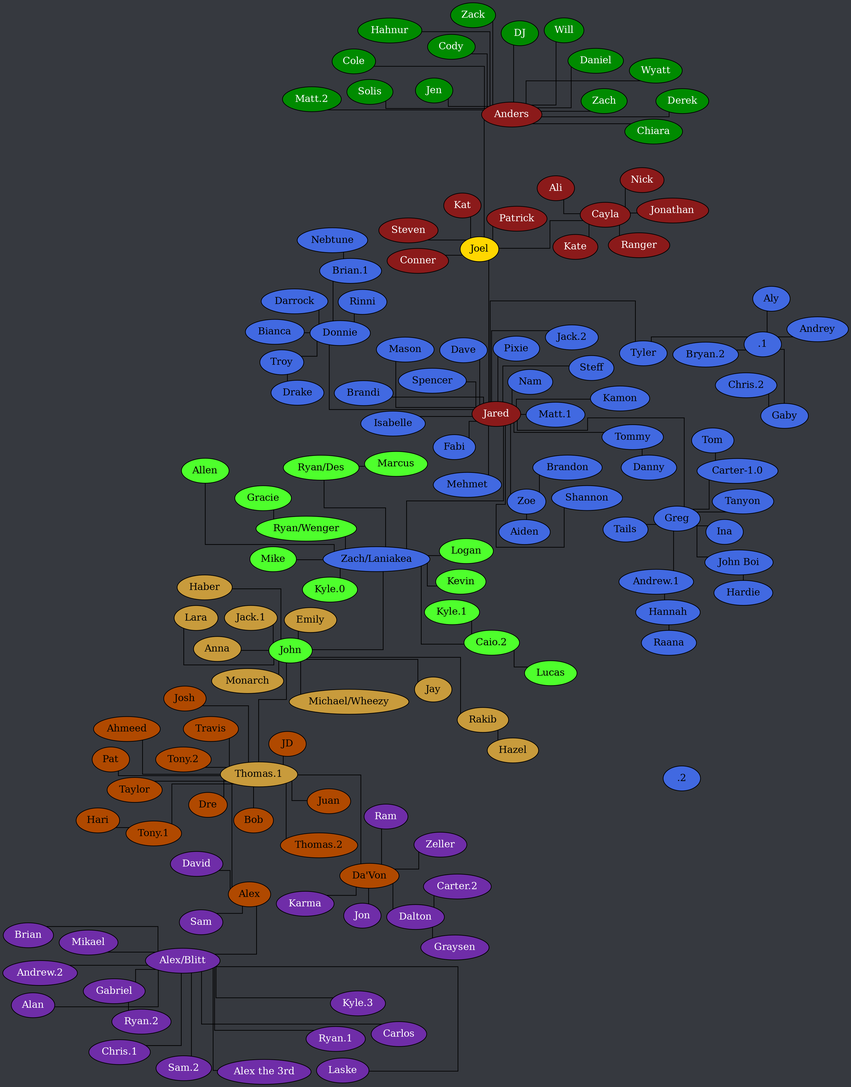
Above: tree.png in Documidas/CoronaCatzFamilyTree (Graphviz), before the change. Its source is kept beside it as tree.dot.
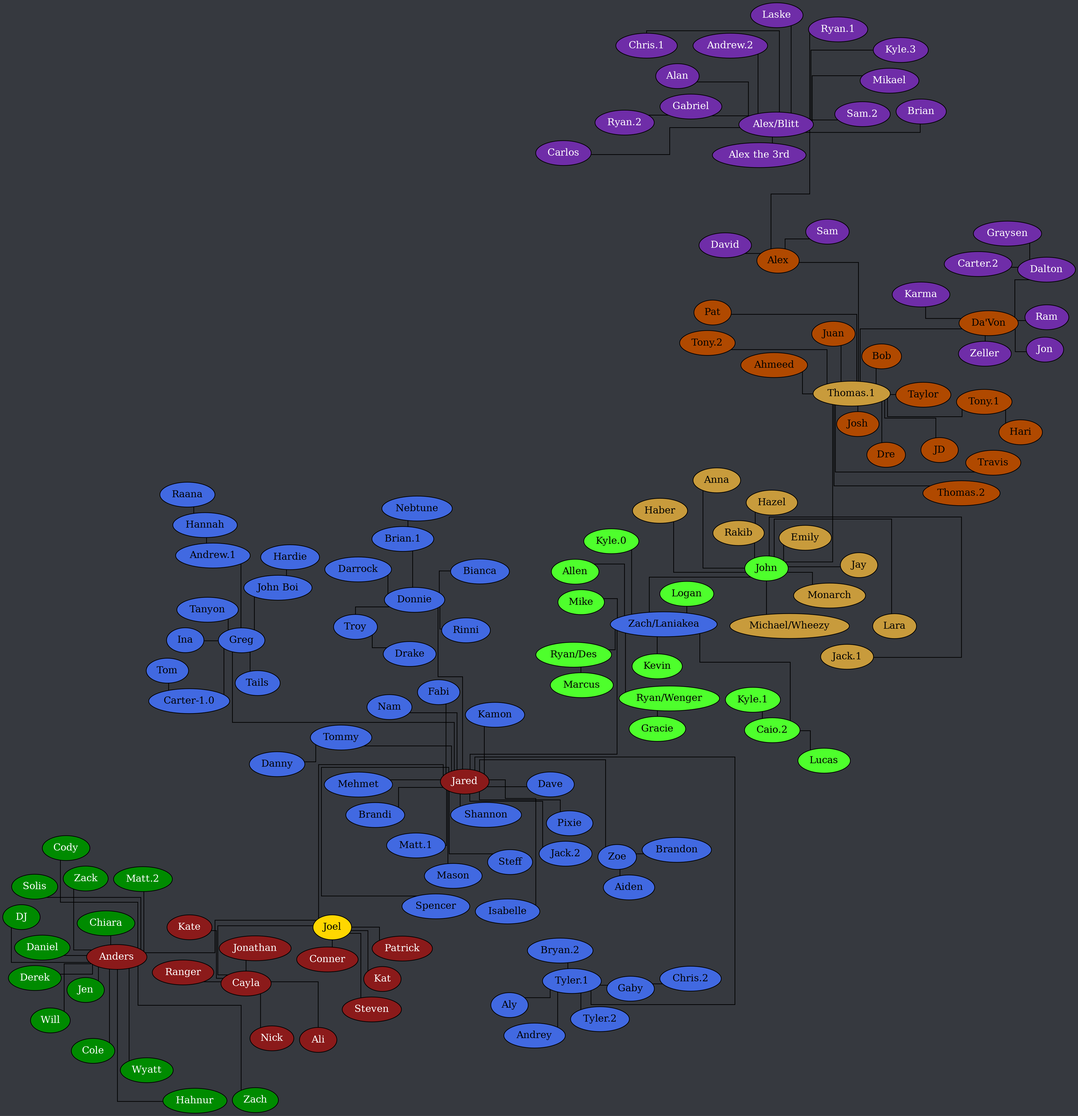
The same file after the commit.

Commit message:
Fix parsing error with periods

Diff of the diagram source:
```diff
@@ -84,17 +84,17 @@
 		Jared -- Spencer;
 		Jared -- Steff;
 		Jared -- Tommy;
-		Jared -- Tyler.1;
+		Jared -- "Tyler.1";
 		Jared -- "Zach/Laniakea";
 		Jared -- Zoe;
 		"John Boi" -- Hardie;
 		Tommy -- Danny;
 		Troy -- Drake;
-		Tyler.1 -- Aly;
-		Tyler.1 -- Andrey;
-		Tyler.1 -- "Bryan.2";
-		Tyler.1 -- Gaby;
-		Tyler.1 -- Tyler.2;
+		"Tyler.1" -- Aly;
+		"Tyler.1" -- Andrey;
+		"Tyler.1" -- "Bryan.2";
+		"Tyler.1" -- Gaby;
+		"Tyler.1" -- "Tyler.2";
 		Zoe -- Aiden;
 		Zoe -- Brandon;
 	}
```
